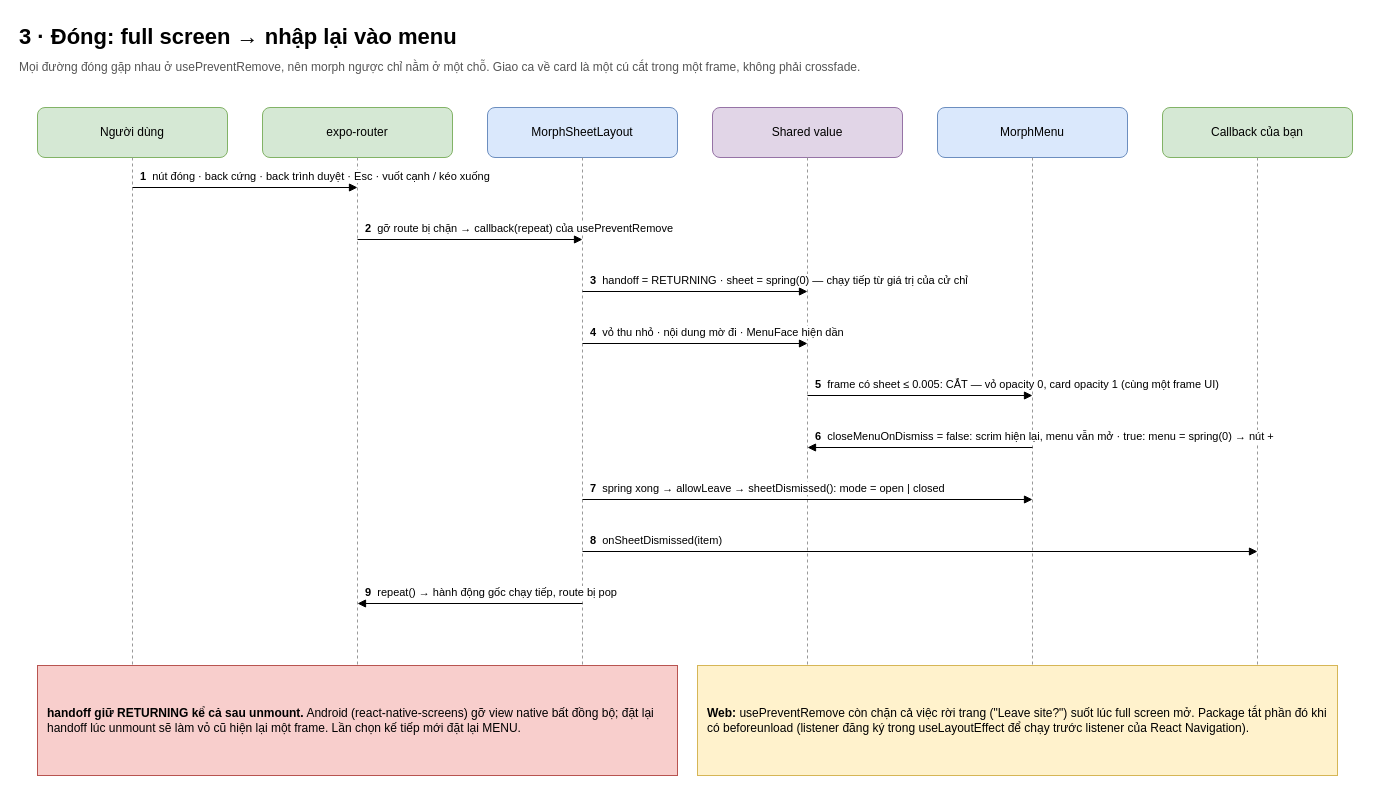
Earlier version of the draw.io diagram page "3 · Luồng đóng" (3 of 7) of docs/diagrams/expo-morph-menu.vi.drawio (anhtuank7c/expo-morph-menu). Source tidied: cells renumbered, new cells numbered last; positions are measured from the earlier drawing's top-left corner, leaving out a move shared by most shapes. Both pictures are drawn from the tidied source at 100%, with x=0, y=0 at pixel (17, 17).
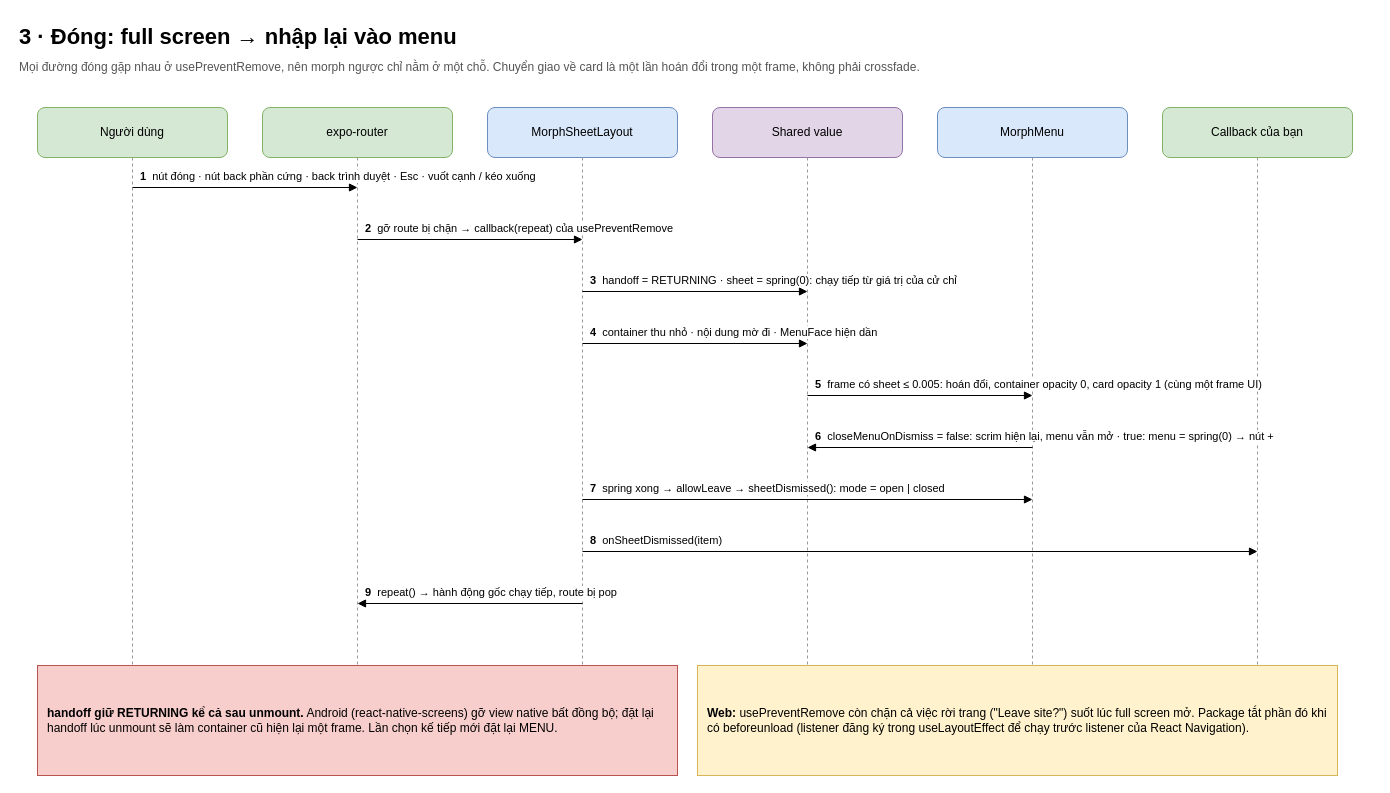
Above is the later version.

Diff of the diagram source:
```diff
@@
-    <mxCell id="3" value="Mọi đường đóng gặp nhau ở usePreventRemove, nên morph ngược chỉ nằm ở một chỗ. Giao ca về card là một cú cắt trong một frame, không phải crossfade." style="text;html=1;fontSize=12;fontColor=#555555;align=left;verticalAlign=top;whiteSpace=wrap;" parent="1" vertex="1">
+    <mxCell id="3" value="Mọi đường đóng gặp nhau ở usePreventRemove, nên morph ngược chỉ nằm ở một chỗ. Chuyển giao về card là một lần hoán đổi trong một frame, không phải crossfade." style="text;html=1;fontSize=12;fontColor=#555555;align=left;verticalAlign=top;whiteSpace=wrap;" parent="1" vertex="1">
       <mxGeometry y="36" width="1250" height="40" as="geometry" />
     </mxCell>
@@
-    <mxCell id="17" value="&lt;b&gt;1&lt;/b&gt;&amp;nbsp; nút đóng · back cứng · back trình duyệt · Esc · vuốt cạnh / kéo xuống" style="text;html=1;fontSize=11;align=left;verticalAlign=bottom;whiteSpace=wrap;labelBackgroundColor=#ffffff;" parent="1" vertex="1">
+    <mxCell id="17" value="&lt;b&gt;1&lt;/b&gt;&amp;nbsp; nút đóng · nút back phần cứng · back trình duyệt · Esc · vuốt cạnh / kéo xuống" style="text;html=1;fontSize=11;align=left;verticalAlign=bottom;whiteSpace=wrap;labelBackgroundColor=#ffffff;" parent="1" vertex="1">
       <mxGeometry x="121" y="136" width="560" height="32" as="geometry" />
     </mxCell>
@@
-    <mxCell id="21" value="&lt;b&gt;3&lt;/b&gt;&amp;nbsp; handoff = RETURNING · sheet = spring(0) — chạy tiếp từ giá trị của cử chỉ" style="text;html=1;fontSize=11;align=left;verticalAlign=bottom;whiteSpace=wrap;labelBackgroundColor=#ffffff;" parent="1" vertex="1">
+    <mxCell id="21" value="&lt;b&gt;3&lt;/b&gt;&amp;nbsp; handoff = RETURNING · sheet = spring(0): chạy tiếp từ giá trị của cử chỉ" style="text;html=1;fontSize=11;align=left;verticalAlign=bottom;whiteSpace=wrap;labelBackgroundColor=#ffffff;" parent="1" vertex="1">
       <mxGeometry x="571" y="240" width="560" height="32" as="geometry" />
     </mxCell>
@@
-    <mxCell id="23" value="&lt;b&gt;4&lt;/b&gt;&amp;nbsp; vỏ thu nhỏ · nội dung mờ đi · MenuFace hiện dần" style="text;html=1;fontSize=11;align=left;verticalAlign=bottom;whiteSpace=wrap;labelBackgroundColor=#ffffff;" parent="1" vertex="1">
+    <mxCell id="23" value="&lt;b&gt;4&lt;/b&gt;&amp;nbsp; container thu nhỏ · nội dung mờ đi · MenuFace hiện dần" style="text;html=1;fontSize=11;align=left;verticalAlign=bottom;whiteSpace=wrap;labelBackgroundColor=#ffffff;" parent="1" vertex="1">
       <mxGeometry x="571" y="292" width="560" height="32" as="geometry" />
     </mxCell>
@@
-    <mxCell id="25" value="&lt;b&gt;5&lt;/b&gt;&amp;nbsp; frame có sheet ≤ 0.005: CẮT — vỏ opacity 0, card opacity 1 (cùng một frame UI)" style="text;html=1;fontSize=11;align=left;verticalAlign=bottom;whiteSpace=wrap;labelBackgroundColor=#ffffff;" parent="1" vertex="1">
+    <mxCell id="25" value="&lt;b&gt;5&lt;/b&gt;&amp;nbsp; frame có sheet ≤ 0.005: hoán đổi, container opacity 0, card opacity 1 (cùng một frame UI)" style="text;html=1;fontSize=11;align=left;verticalAlign=bottom;whiteSpace=wrap;labelBackgroundColor=#ffffff;" parent="1" vertex="1">
       <mxGeometry x="796" y="344" width="560" height="32" as="geometry" />
     </mxCell>
@@
-    <mxCell id="34" value="&lt;b&gt;handoff giữ RETURNING kể cả sau unmount.&lt;/b&gt; Android (react-native-screens) gỡ view native bất đồng bộ; đặt lại handoff lúc unmount sẽ làm vỏ cũ hiện lại một frame. Lần chọn kế tiếp mới đặt lại MENU." style="rounded=0;whiteSpace=wrap;html=1;fillColor=#f8cecc;strokeColor=#b85450;align=left;spacingLeft=8;spacingRight=8;" parent="1" vertex="1">
+    <mxCell id="34" value="&lt;b&gt;handoff giữ RETURNING kể cả sau unmount.&lt;/b&gt; Android (react-native-screens) gỡ view native bất đồng bộ; đặt lại handoff lúc unmount sẽ làm container cũ hiện lại một frame. Lần chọn kế tiếp mới đặt lại MENU." style="rounded=0;whiteSpace=wrap;html=1;fillColor=#f8cecc;strokeColor=#b85450;align=left;spacingLeft=8;spacingRight=8;" parent="1" vertex="1">
       <mxGeometry x="20" y="648" width="640" height="110" as="geometry" />
     </mxCell>
```
